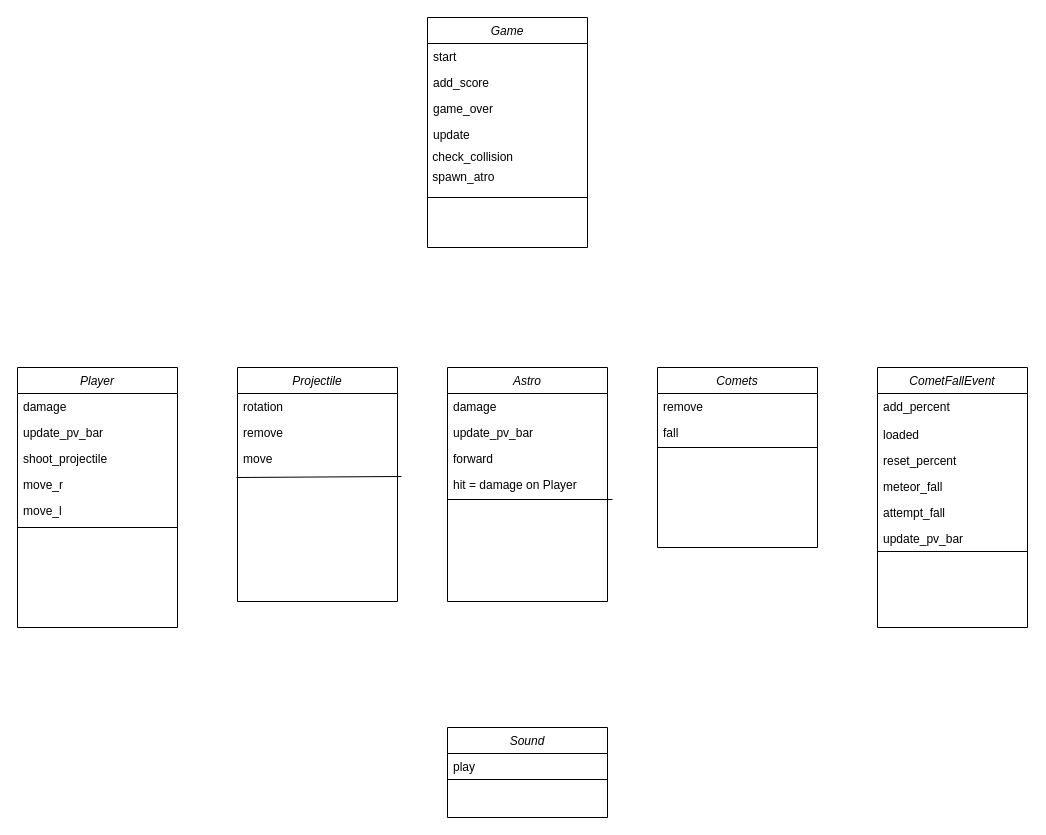
Earlier version of the draw.io diagram Untitled Diagram.drawio (Walidheck/oc20). Source tidied: cells renumbered, new cells numbered last; positions are measured from the earlier drawing's top-left corner, leaving out a move shared by most shapes. Both pictures are drawn from the tidied source at 100%, with x=0, y=0 at pixel (17, 17).
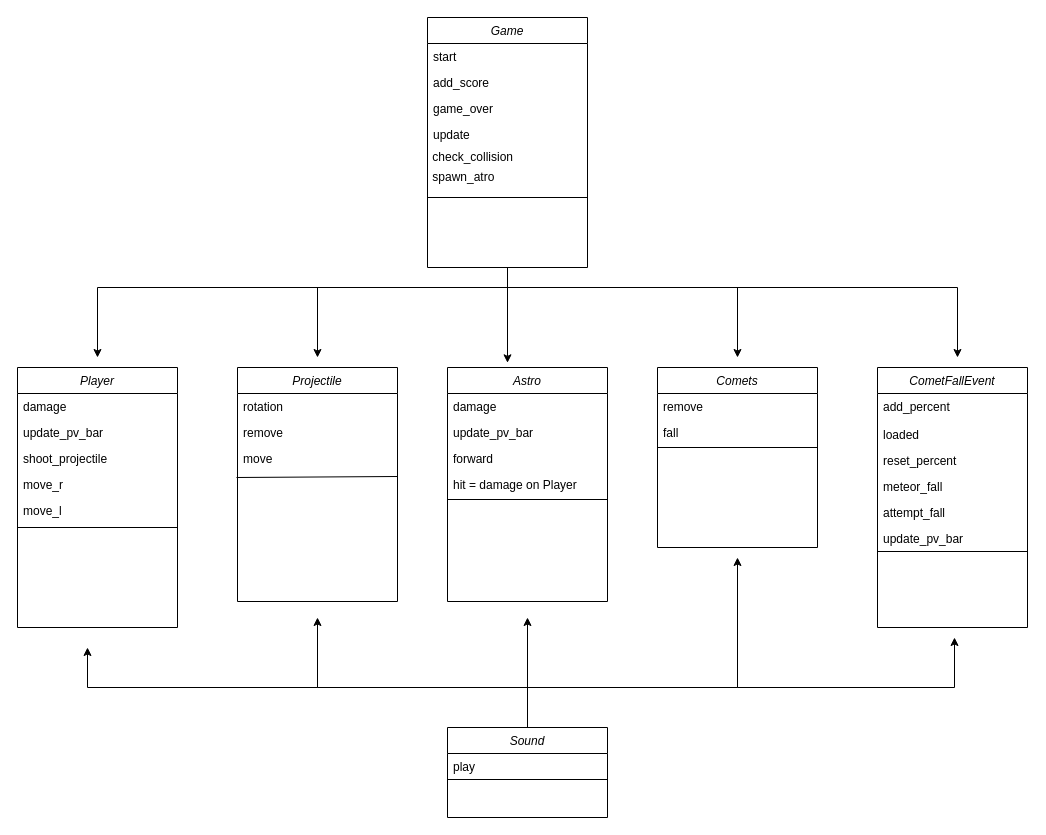
The same page after the edit.

Unchanged cells that the change refers to:
```xml
<mxCell id="17" value="Projectile" style="swimlane;fontStyle=2;align=center;verticalAlign=top;horizontal=1;startSize=26;rounded=0;shadow=0;strokeWidth=1;" parent="1" vertex="1">
  <mxGeometry x="220" y="350" width="160" height="234" as="geometry" />
</mxCell>
<mxCell id="22" value="Astro" style="swimlane;fontStyle=2;align=center;verticalAlign=top;horizontal=1;startSize=26;rounded=0;shadow=0;strokeWidth=1;" parent="1" vertex="1">
  <mxGeometry x="430" y="350" width="160" height="234" as="geometry" />
</mxCell>
<mxCell id="26" value="hit = damage on Player&#10; " style="text;align=left;verticalAlign=top;spacingLeft=4;spacingRight=4;overflow=hidden;points=[[0,0.5],[1,0.5]];portConstraint=eastwest;rounded=0;shadow=0;html=0;" parent="22" vertex="1">
  <mxGeometry y="104" width="160" height="26" as="geometry" />
</mxCell>
<mxCell id="41" value="Sound" style="swimlane;fontStyle=2;align=center;verticalAlign=top;horizontal=1;startSize=26;rounded=0;shadow=0;strokeWidth=1;" parent="1" vertex="1">
  <mxGeometry x="430" y="710" width="160" height="90" as="geometry" />
</mxCell>
```

What changed in the source:
```diff
@@
+    <mxCell id="44" style="edgeStyle=none;rounded=0;jettySize=auto;html=1;entryX=0.375;entryY=-0.02;entryDx=0;entryDy=0;entryPerimeter=0;" parent="1" edge="1" source="2" target="22">
+      <mxGeometry relative="1" as="geometry" />
+    </mxCell>
+    <mxCell id="45" style="edgeStyle=orthogonalEdgeStyle;rounded=0;jettySize=auto;html=1;exitX=0.75;exitY=1;exitDx=0;exitDy=0;" parent="1" edge="1" source="2">
+      <mxGeometry relative="1" as="geometry">
+        <mxPoint x="720" y="340" as="targetPoint" />
+        <Array as="points">
+          <mxPoint x="490" y="250" />
+          <mxPoint x="490" y="270" />
+          <mxPoint x="720" y="270" />
+        </Array>
+      </mxGeometry>
+    </mxCell>
+    <mxCell id="46" style="edgeStyle=orthogonalEdgeStyle;rounded=0;jettySize=auto;html=1;exitX=0.25;exitY=1;exitDx=0;exitDy=0;" parent="1" edge="1" source="2">
+      <mxGeometry relative="1" as="geometry">
+        <mxPoint x="80" y="340" as="targetPoint" />
+        <Array as="points">
+          <mxPoint x="490" y="250" />
+          <mxPoint x="490" y="270" />
+          <mxPoint x="80" y="270" />
+        </Array>
+      </mxGeometry>
+    </mxCell>
+    <mxCell id="47" style="edgeStyle=orthogonalEdgeStyle;rounded=0;jettySize=auto;html=1;exitX=0.5;exitY=1;exitDx=0;exitDy=0;" parent="1" edge="1" source="2">
+      <mxGeometry relative="1" as="geometry">
+        <mxPoint x="940" y="340" as="targetPoint" />
+        <Array as="points">
+          <mxPoint x="490" y="270" />
+        </Array>
+      </mxGeometry>
+    </mxCell>
     <mxCell id="2" value="Game" style="swimlane;fontStyle=2;align=center;verticalAlign=top;horizontal=1;startSize=26;rounded=0;shadow=0;strokeWidth=1;" parent="1" vertex="1">
-      <mxGeometry x="410" width="160" height="230" as="geometry" />
+      <mxGeometry x="410" width="160" height="250" as="geometry" />
     </mxCell>
@@
-    <mxCell id="21" style="endArrow=none;html=1;entryX=1.025;entryY=0.192;entryDx=0;entryDy=0;entryPerimeter=0;exitX=-0.006;exitY=0.231;exitDx=0;exitDy=0;exitPerimeter=0;" parent="17" edge="1">
+    <mxCell id="21" style="endArrow=none;html=1;exitX=-0.006;exitY=0.231;exitDx=0;exitDy=0;exitPerimeter=0;" parent="17" edge="1">
       <mxGeometry relative="1" as="geometry">
         <mxPoint x="-1" y="110" as="sourcePoint" />
-        <mxPoint x="164" y="109" as="targetPoint" />
+        <mxPoint x="160" y="109" as="targetPoint" />
       </mxGeometry>
     </mxCell>
@@
-    <mxCell id="27" style="endArrow=none;html=1;entryX=1.031;entryY=1.077;entryDx=0;entryDy=0;entryPerimeter=0;" parent="22" edge="1" target="26">
+    <mxCell id="27" style="endArrow=none;html=1;" parent="22" edge="1">
       <mxGeometry relative="1" as="geometry">
         <mxPoint y="132" as="sourcePoint" />
+        <mxPoint x="160" y="132" as="targetPoint" />
       </mxGeometry>
     </mxCell>
@@
-    <mxCell id="40" style="edgeStyle=orthogonalEdgeStyle;rounded=0;orthogonalLoop=1;jettySize=auto;html=1;" parent="1" edge="1">
+    <mxCell id="40" style="edgeStyle=orthogonalEdgeStyle;rounded=0;jettySize=auto;html=1;exitX=0.5;exitY=1;exitDx=0;exitDy=0;" parent="1" edge="1" source="2">
       <mxGeometry relative="1" as="geometry">
-        <mxPoint x="190" y="120" as="sourcePoint" />
-        <mxPoint x="190" y="120" as="targetPoint" />
+        <mxPoint x="300" y="340" as="targetPoint" />
+        <Array as="points">
+          <mxPoint x="490" y="270" />
+          <mxPoint x="300" y="270" />
+        </Array>
       </mxGeometry>
     </mxCell>
@@
+    <mxCell id="48" style="edgeStyle=none;rounded=0;jettySize=auto;html=1;exitX=0.5;exitY=0;exitDx=0;exitDy=0;" parent="1" edge="1" source="41">
+      <mxGeometry relative="1" as="geometry">
+        <mxPoint x="510" y="600" as="targetPoint" />
+      </mxGeometry>
+    </mxCell>
+    <mxCell id="49" style="edgeStyle=orthogonalEdgeStyle;rounded=0;jettySize=auto;html=1;exitX=0.5;exitY=0;exitDx=0;exitDy=0;" parent="1" edge="1" source="41">
+      <mxGeometry relative="1" as="geometry">
+        <mxPoint x="300" y="600" as="targetPoint" />
+        <Array as="points">
+          <mxPoint x="510" y="710" />
+          <mxPoint x="510" y="670" />
+          <mxPoint x="300" y="670" />
+        </Array>
+      </mxGeometry>
+    </mxCell>
+    <mxCell id="50" style="edgeStyle=orthogonalEdgeStyle;rounded=0;orthogonalLoop=1;jettySize=auto;html=1;exitX=0.5;exitY=1;exitDx=0;exitDy=0;" parent="1" edge="1">
+      <mxGeometry relative="1" as="geometry">
+        <mxPoint x="300" y="630" as="sourcePoint" />
+        <mxPoint x="70" y="630" as="targetPoint" />
+        <Array as="points">
+          <mxPoint x="300" y="670" />
+          <mxPoint x="70" y="670" />
+          <mxPoint x="70" y="630" />
+        </Array>
+      </mxGeometry>
+    </mxCell>
+    <mxCell id="51" style="edgeStyle=orthogonalEdgeStyle;rounded=0;jettySize=auto;html=1;exitX=0.5;exitY=0;exitDx=0;exitDy=0;" parent="1" edge="1" source="41">
+      <mxGeometry relative="1" as="geometry">
+        <mxPoint x="720" y="540" as="targetPoint" />
+        <Array as="points">
+          <mxPoint x="510" y="670" />
+          <mxPoint x="720" y="670" />
+        </Array>
+      </mxGeometry>
+    </mxCell>
+    <mxCell id="52" style="edgeStyle=orthogonalEdgeStyle;rounded=0;orthogonalLoop=1;jettySize=auto;html=1;" parent="1" edge="1">
+      <mxGeometry relative="1" as="geometry">
+        <mxPoint x="720" y="620" as="sourcePoint" />
+        <mxPoint x="937" y="620" as="targetPoint" />
+        <Array as="points">
+          <mxPoint x="720" y="620" />
+          <mxPoint x="720" y="670" />
+          <mxPoint x="937" y="670" />
+        </Array>
+      </mxGeometry>
+    </mxCell>
```
